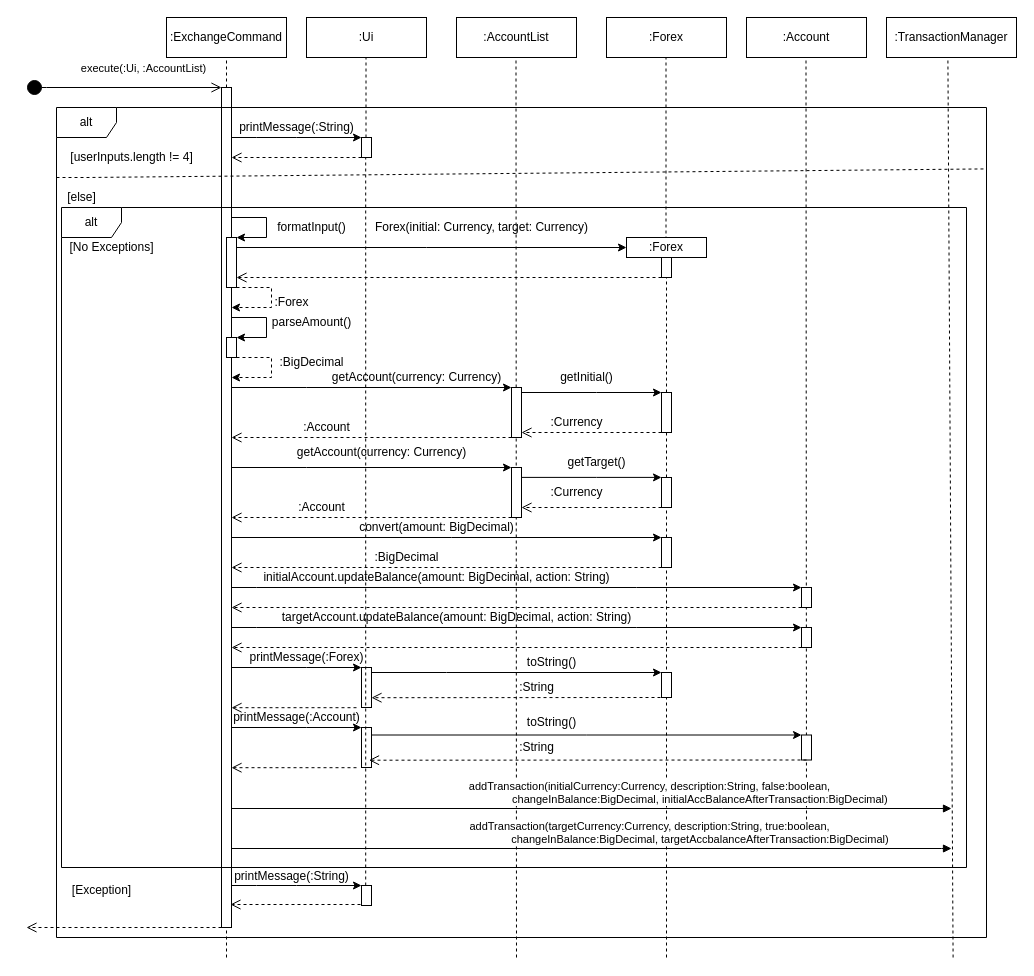
The draw.io diagram docs/diagrams/ExchangeSeqDiagram.drawio in woowenjun99/tp, before the edit. Source tidied: cells renumbered, new cells numbered last; positions are measured from the earlier drawing's top-left corner, leaving out a move shared by most shapes. Both pictures are drawn from the tidied source at 100%, with x=0, y=0 at pixel (26, 17).
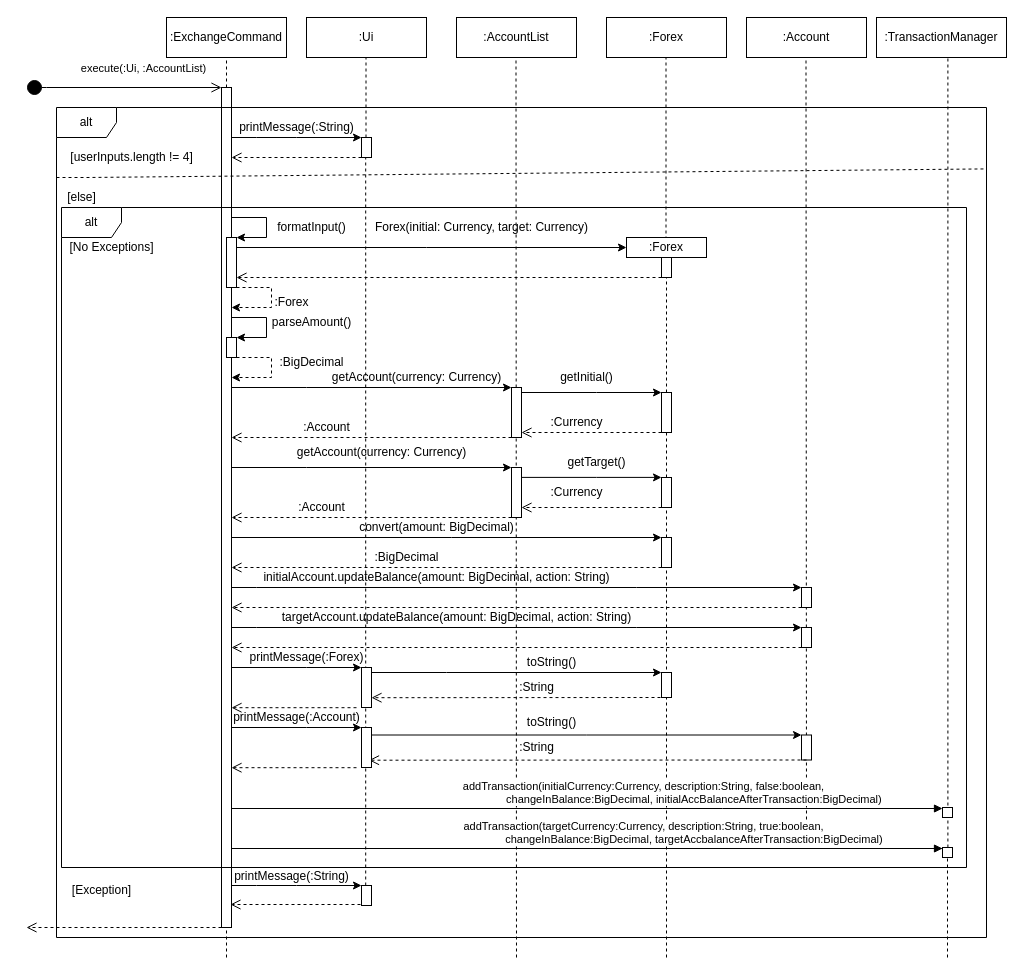
Above is the later version.

Commit message (it also covers changes not shown here):
Fix sequence diagram

Unchanged cells that the change refers to:
```xml
<mxCell id="14" style="html=1;points=[];perimeter=orthogonalPerimeter;outlineConnect=0;targetShapes=umlLifeline;portConstraint=eastwest;newEdgeStyle={&quot;edgeStyle&quot;:&quot;elbowEdgeStyle&quot;,&quot;elbow&quot;:&quot;vertical&quot;,&quot;curved&quot;:0,&quot;rounded&quot;:0};" parent="1" vertex="1">
  <mxGeometry x="195" y="70" width="10" height="840" as="geometry" />
</mxCell>
<mxCell id="97" style="html=1;points=[];perimeter=orthogonalPerimeter;outlineConnect=0;targetShapes=umlLifeline;portConstraint=eastwest;newEdgeStyle={&quot;edgeStyle&quot;:&quot;elbowEdgeStyle&quot;,&quot;elbow&quot;:&quot;vertical&quot;,&quot;curved&quot;:0,&quot;rounded&quot;:0};" parent="1" vertex="1">
  <mxGeometry x="335" y="868" width="10" height="20" as="geometry" />
</mxCell>
```

The edit, as a diff of the source:
```diff
@@
-    <mxCell id="77" style="html=1;points=[];perimeter=orthogonalPerimeter;outlineConnect=0;targetShapes=umlLifeline;portConstraint=eastwest;newEdgeStyle={&quot;edgeStyle&quot;:&quot;elbowEdgeStyle&quot;,&quot;elbow&quot;:&quot;vertical&quot;,&quot;curved&quot;:0,&quot;rounded&quot;:0};" parent="1" vertex="1">
-      <mxGeometry x="335" y="650" width="10" height="40" as="geometry" />
-    </mxCell>
@@
-    <mxCell id="86" style="html=1;points=[];perimeter=orthogonalPerimeter;outlineConnect=0;targetShapes=umlLifeline;portConstraint=eastwest;newEdgeStyle={&quot;edgeStyle&quot;:&quot;elbowEdgeStyle&quot;,&quot;elbow&quot;:&quot;vertical&quot;,&quot;curved&quot;:0,&quot;rounded&quot;:0};" parent="1" vertex="1">
-      <mxGeometry x="335" y="710" width="10" height="40" as="geometry" />
-    </mxCell>
@@
-    <mxCell id="95" style="endArrow=none;dashed=1;html=1;rounded=0;entryX=0.5;entryY=1;entryDx=0;entryDy=0;" parent="1" edge="1" source="97">
-      <mxGeometry relative="1" as="geometry">
-        <mxPoint x="339.2" y="140" as="targetPoint" />
-      </mxGeometry>
-    </mxCell>
@@
     <mxCell id="102" value=":TransactionManager" style="rounded=0;whiteSpace=wrap;html=1;" parent="1" vertex="1">
-      <mxGeometry x="860" width="130" height="40" as="geometry" />
+      <mxGeometry x="850" width="130" height="40" as="geometry" />
     </mxCell>
-    <mxCell id="103" style="endArrow=none;dashed=1;html=1;rounded=0;entryX=0.5;entryY=1;entryDx=0;entryDy=0;" parent="1" edge="1">
+    <mxCell id="103" style="endArrow=none;dashed=1;html=1;rounded=0;entryX=0.5;entryY=1;entryDx=0;entryDy=0;" parent="1" edge="1" source="108">
       <mxGeometry relative="1" as="geometry">
-        <mxPoint x="926.6" y="940" as="sourcePoint" />
         <mxPoint x="921.4" y="40" as="targetPoint" />
       </mxGeometry>
     </mxCell>
-    <mxCell id="104" value="addTransaction(initialCurrency:Currency, description:String, false:boolean,&lt;br style=&quot;border-color: var(--border-color);&quot;&gt;&amp;nbsp; &amp;nbsp; &amp;nbsp; &amp;nbsp; &amp;nbsp; &amp;nbsp; &amp;nbsp; &amp;nbsp; &amp;nbsp; &amp;nbsp; &amp;nbsp; &amp;nbsp; &amp;nbsp; &amp;nbsp; &amp;nbsp; &amp;nbsp; &amp;nbsp;changeInBalance:BigDecimal, initialAccBalanceAfterTransaction:BigDecimal)" style="html=1;verticalAlign=bottom;endArrow=block;edgeStyle=elbowEdgeStyle;elbow=vertical;curved=0;rounded=0;" parent="1" edge="1" source="14">
+    <mxCell id="104" value="addTransaction(initialCurrency:Currency, description:String, false:boolean,&lt;br style=&quot;border-color: var(--border-color);&quot;&gt;&amp;nbsp; &amp;nbsp; &amp;nbsp; &amp;nbsp; &amp;nbsp; &amp;nbsp; &amp;nbsp; &amp;nbsp; &amp;nbsp; &amp;nbsp; &amp;nbsp; &amp;nbsp; &amp;nbsp; &amp;nbsp; &amp;nbsp; &amp;nbsp; &amp;nbsp;changeInBalance:BigDecimal, initialAccBalanceAfterTransaction:BigDecimal)" style="html=1;verticalAlign=bottom;endArrow=block;edgeStyle=elbowEdgeStyle;elbow=vertical;curved=0;rounded=0;" parent="1" edge="1" source="14" target="106">
       <mxGeometry x="0.16" relative="1" as="geometry">
-        <mxPoint x="925" y="791" as="targetPoint" />
         <Array as="points">
           <mxPoint x="696" y="791" />
         </Array>
       </mxGeometry>
     </mxCell>
-    <mxCell id="105" value="addTransaction(targetCurrency:Currency, description:String, true:boolean,&lt;br style=&quot;border-color: var(--border-color);&quot;&gt;&amp;nbsp; &amp;nbsp; &amp;nbsp; &amp;nbsp; &amp;nbsp; &amp;nbsp; &amp;nbsp; &amp;nbsp; &amp;nbsp; &amp;nbsp; &amp;nbsp; &amp;nbsp; &amp;nbsp; &amp;nbsp; &amp;nbsp; &amp;nbsp; &amp;nbsp;changeInBalance:BigDecimal, targetAccbalanceAfterTransaction:BigDecimal)" style="html=1;verticalAlign=bottom;endArrow=block;edgeStyle=elbowEdgeStyle;elbow=vertical;curved=0;rounded=0;" parent="1" edge="1" source="14">
+    <mxCell id="105" value="addTransaction(targetCurrency:Currency, description:String, true:boolean,&lt;br style=&quot;border-color: var(--border-color);&quot;&gt;&amp;nbsp; &amp;nbsp; &amp;nbsp; &amp;nbsp; &amp;nbsp; &amp;nbsp; &amp;nbsp; &amp;nbsp; &amp;nbsp; &amp;nbsp; &amp;nbsp; &amp;nbsp; &amp;nbsp; &amp;nbsp; &amp;nbsp; &amp;nbsp; &amp;nbsp;changeInBalance:BigDecimal, targetAccbalanceAfterTransaction:BigDecimal)" style="html=1;verticalAlign=bottom;endArrow=block;edgeStyle=elbowEdgeStyle;elbow=vertical;curved=0;rounded=0;" parent="1" edge="1" source="14" target="108">
       <mxGeometry x="0.16" relative="1" as="geometry">
-        <mxPoint x="925" y="831" as="targetPoint" />
         <Array as="points">
           <mxPoint x="915" y="831" />
         </Array>
       </mxGeometry>
     </mxCell>
+    <mxCell id="95" style="endArrow=none;dashed=1;html=1;rounded=0;entryX=0.5;entryY=1;entryDx=0;entryDy=0;" parent="1" edge="1" source="97">
+      <mxGeometry relative="1" as="geometry">
+        <mxPoint x="339.2" y="140" as="targetPoint" />
+      </mxGeometry>
+    </mxCell>
+    <mxCell id="77" style="html=1;points=[];perimeter=orthogonalPerimeter;outlineConnect=0;targetShapes=umlLifeline;portConstraint=eastwest;newEdgeStyle={&quot;edgeStyle&quot;:&quot;elbowEdgeStyle&quot;,&quot;elbow&quot;:&quot;vertical&quot;,&quot;curved&quot;:0,&quot;rounded&quot;:0};fillStyle=auto;textOpacity=0;" parent="1" vertex="1">
+      <mxGeometry x="335" y="650" width="10" height="40" as="geometry" />
+    </mxCell>
+    <mxCell id="86" style="html=1;points=[];perimeter=orthogonalPerimeter;outlineConnect=0;targetShapes=umlLifeline;portConstraint=eastwest;newEdgeStyle={&quot;edgeStyle&quot;:&quot;elbowEdgeStyle&quot;,&quot;elbow&quot;:&quot;vertical&quot;,&quot;curved&quot;:0,&quot;rounded&quot;:0};" parent="1" vertex="1">
+      <mxGeometry x="335" y="710" width="10" height="40" as="geometry" />
+    </mxCell>
+    <mxCell id="106" style="html=1;points=[];perimeter=orthogonalPerimeter;outlineConnect=0;targetShapes=umlLifeline;portConstraint=eastwest;newEdgeStyle={&quot;edgeStyle&quot;:&quot;elbowEdgeStyle&quot;,&quot;elbow&quot;:&quot;vertical&quot;,&quot;curved&quot;:0,&quot;rounded&quot;:0};" parent="1" vertex="1">
+      <mxGeometry x="916" y="790" width="10" height="10" as="geometry" />
+    </mxCell>
+    <mxCell id="107" style="endArrow=none;dashed=1;html=1;rounded=0;entryX=0.5;entryY=1;entryDx=0;entryDy=0;" parent="1" edge="1" target="108">
+      <mxGeometry relative="1" as="geometry">
+        <mxPoint x="921" y="940" as="sourcePoint" />
+      </mxGeometry>
+    </mxCell>
+    <mxCell id="108" style="html=1;points=[];perimeter=orthogonalPerimeter;outlineConnect=0;targetShapes=umlLifeline;portConstraint=eastwest;newEdgeStyle={&quot;edgeStyle&quot;:&quot;elbowEdgeStyle&quot;,&quot;elbow&quot;:&quot;vertical&quot;,&quot;curved&quot;:0,&quot;rounded&quot;:0};" parent="1" vertex="1">
+      <mxGeometry x="916" y="830" width="10" height="10" as="geometry" />
+    </mxCell>
```
